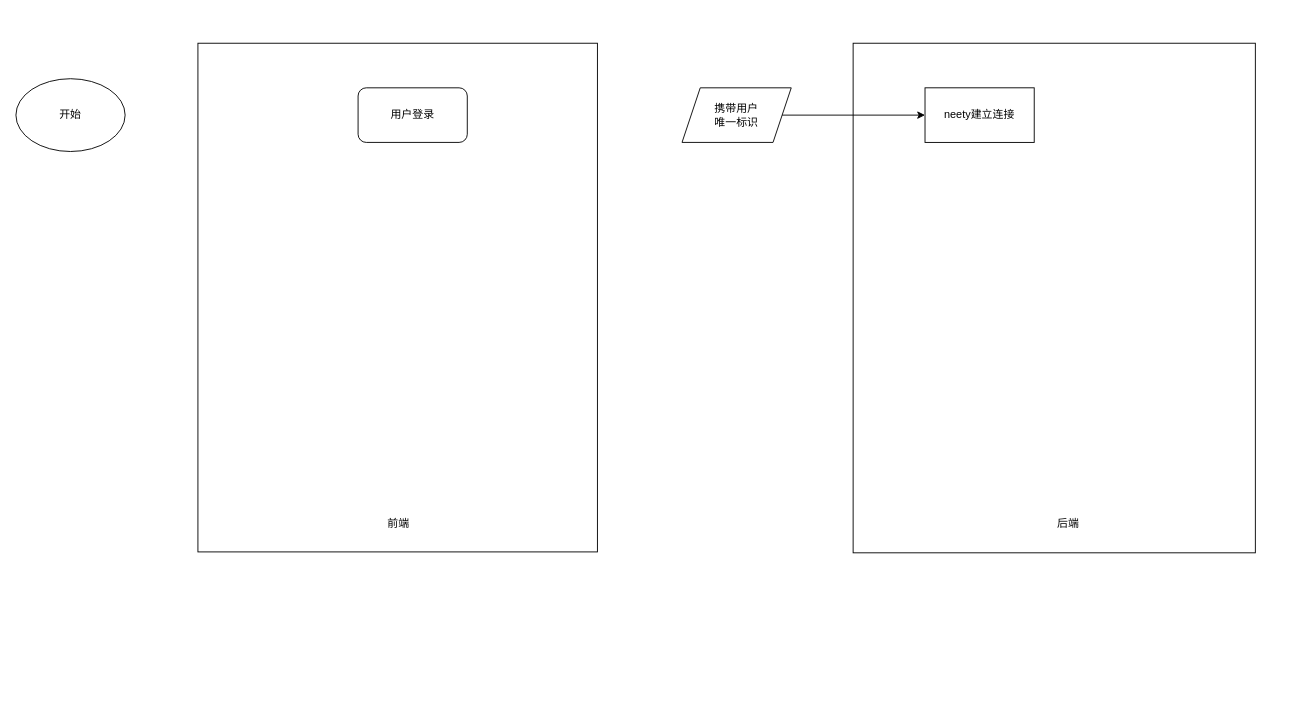
Earlier version of the draw.io diagram page "第 1 页" (1 of 2) of 设备监控流程.drawio (KNAI-I/test). Source tidied: cells renumbered, new cells numbered last; positions are measured from the earlier drawing's top-left corner, leaving out a move shared by most shapes. Both pictures are drawn from the tidied source at 91%, with x=0, y=0 at pixel (15, 43).
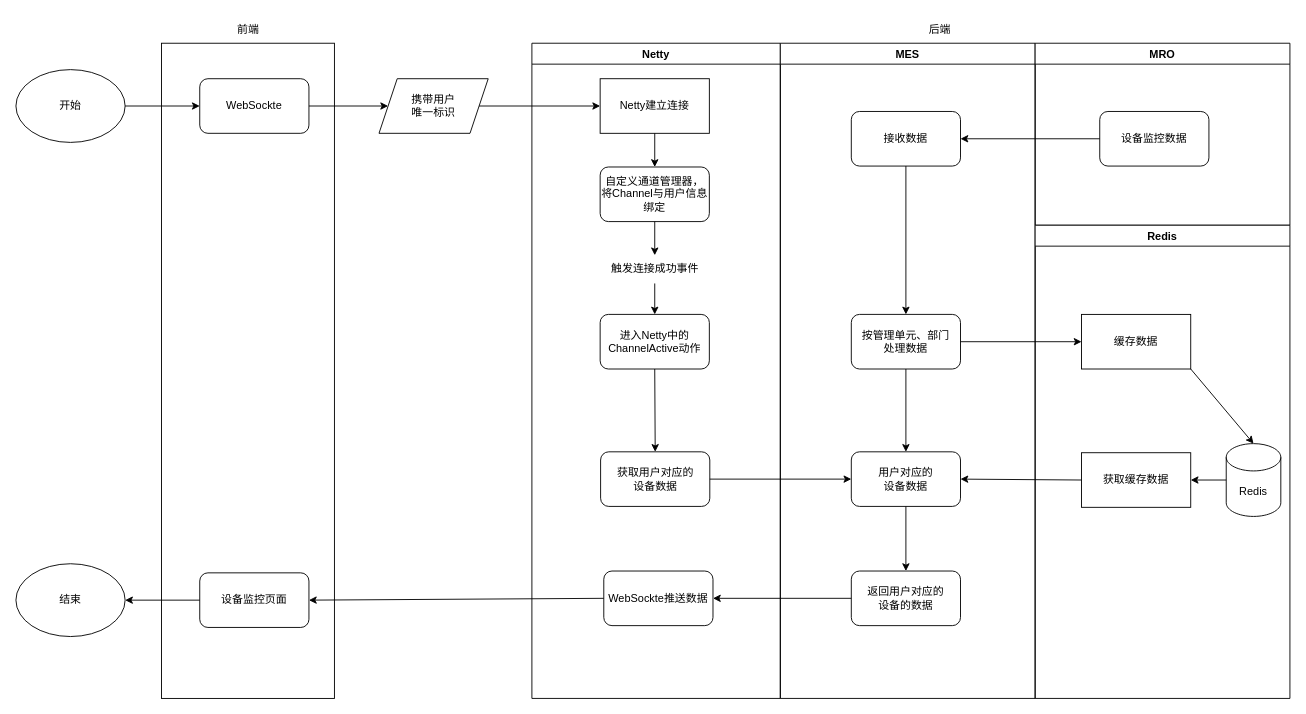
The same diagram, later.

Commit message:
更新设备监控流程.drawio

Change to the diagram source:
```diff
@@
     <mxCell id="2" style="rounded=0;whiteSpace=wrap;html=1;" parent="1" vertex="1">
-      <mxGeometry x="200" width="439" height="559" as="geometry" />
+      <mxGeometry x="160" width="190" height="720" as="geometry" />
     </mxCell>
-    <mxCell id="3" style="rounded=0;whiteSpace=wrap;html=1;" parent="1" vertex="1">
-      <mxGeometry x="920" width="442" height="560" as="geometry" />
-    </mxCell>
     <mxCell id="4" value="前端" style="text;html=1;align=center;verticalAlign=middle;strokeColor=none;fillColor=none;" parent="1" vertex="1">
-      <mxGeometry x="394.5" y="513" width="50" height="30" as="geometry" />
+      <mxGeometry x="230" y="-30" width="50" height="30" as="geometry" />
     </mxCell>
     <mxCell id="5" value="后端" style="text;html=1;align=center;verticalAlign=middle;strokeColor=none;fillColor=none;" parent="1" vertex="1">
-      <mxGeometry x="1131" y="513" width="50" height="30" as="geometry" />
+      <mxGeometry x="990" y="-30" width="50" height="30" as="geometry" />
     </mxCell>
     <mxCell id="6" value="开始" style="ellipse;whiteSpace=wrap;html=1;" parent="1" vertex="1">
-      <mxGeometry y="39" width="120" height="80" as="geometry" />
+      <mxGeometry y="29" width="120" height="80" as="geometry" />
     </mxCell>
     <mxCell id="7" value="携带用户&lt;br&gt;唯一标识" style="shape=parallelogram;perimeter=parallelogramPerimeter;whiteSpace=wrap;html=1;fixedSize=1;" parent="1" vertex="1">
-      <mxGeometry x="732" y="49" width="120" height="60" as="geometry" />
+      <mxGeometry x="399" y="39" width="120" height="60" as="geometry" />
     </mxCell>
-    <mxCell id="8" value="用户登录" style="rounded=1;whiteSpace=wrap;html=1;" parent="1" vertex="1">
-      <mxGeometry x="376" y="49" width="120" height="60" as="geometry" />
+    <mxCell id="8" value="WebSockte" style="rounded=1;whiteSpace=wrap;html=1;" parent="1" vertex="1">
+      <mxGeometry x="202" y="39" width="120" height="60" as="geometry" />
     </mxCell>
-    <mxCell id="9" value="neety建立连接" style="rounded=0;whiteSpace=wrap;html=1;" parent="1" vertex="1">
-      <mxGeometry x="999" y="49" width="120" height="60" as="geometry" />
+    <mxCell id="9" value="Netty建立连接" style="rounded=0;whiteSpace=wrap;html=1;" parent="1" vertex="1">
+      <mxGeometry x="642" y="39" width="120" height="60" as="geometry" />
     </mxCell>
+    <mxCell id="11" style="endArrow=classic;html=1;rounded=0;exitX=1;exitY=0.5;exitDx=0;exitDy=0;entryX=0;entryY=0.5;entryDx=0;entryDy=0;" parent="1" edge="1" source="8" target="7">
+      <mxGeometry relative="1" as="geometry" />
+    </mxCell>
-    <mxCell id="10" style="endArrow=classic;html=1;rounded=0;exitX=1;exitY=0.5;exitDx=0;exitDy=0;entryX=0;entryY=0.5;entryDx=0;entryDy=0;" parent="1" edge="1" source="7" target="9">
+    <mxCell id="10" style="endArrow=classic;html=1;rounded=0;exitX=1;exitY=0.5;exitDx=0;exitDy=0;" parent="1" edge="1" source="7" target="9">
       <mxGeometry relative="1" as="geometry" />
     </mxCell>
+    <mxCell id="12" style="endArrow=classic;html=1;rounded=0;exitX=0.5;exitY=1;exitDx=0;exitDy=0;" parent="1" edge="1" source="9" target="16">
+      <mxGeometry relative="1" as="geometry" />
+    </mxCell>
+    <mxCell id="13" value="触发连接成功事件" style="text;html=1;align=center;verticalAlign=middle;points=[];strokeColor=none;fillColor=none;" parent="1" vertex="1">
+      <mxGeometry x="642" y="233" width="120" height="30" as="geometry" />
+    </mxCell>
+    <mxCell id="14" style="endArrow=classic;html=1;rounded=0;exitX=0.5;exitY=1;exitDx=0;exitDy=0;" parent="1" edge="1" target="13">
+      <mxGeometry relative="1" as="geometry">
+        <mxPoint x="702" y="190" as="sourcePoint" />
+      </mxGeometry>
+    </mxCell>
+    <mxCell id="15" style="endArrow=classic;html=1;rounded=0;exitX=0.5;exitY=1.033;exitDx=0;exitDy=0;exitPerimeter=0;entryX=0.5;entryY=0;entryDx=0;entryDy=0;" parent="1" edge="1" source="13" target="22">
+      <mxGeometry relative="1" as="geometry" />
+    </mxCell>
+    <mxCell id="16" value="自定义通道管理器，将Channel与用户信息绑定" style="rounded=1;whiteSpace=wrap;html=1;" parent="1" vertex="1">
+      <mxGeometry x="642" y="136" width="120" height="60" as="geometry" />
+    </mxCell>
+    <mxCell id="17" value="设备监控页面" style="rounded=1;whiteSpace=wrap;html=1;" parent="1" vertex="1">
+      <mxGeometry x="202" y="582" width="120" height="60" as="geometry" />
+    </mxCell>
+    <mxCell id="18" style="endArrow=classic;html=1;rounded=0;exitX=1;exitY=0.5;exitDx=0;exitDy=0;entryX=0;entryY=0.5;entryDx=0;entryDy=0;" parent="1" edge="1" source="6" target="8">
+      <mxGeometry relative="1" as="geometry" />
+    </mxCell>
+    <mxCell id="19" value="WebSockte推送数据" style="rounded=1;whiteSpace=wrap;html=1;" parent="1" vertex="1">
+      <mxGeometry x="646" y="580" width="120" height="60" as="geometry" />
+    </mxCell>
+    <mxCell id="20" style="endArrow=classic;html=1;rounded=0;exitX=0;exitY=0.5;exitDx=0;exitDy=0;entryX=1;entryY=0.5;entryDx=0;entryDy=0;" parent="1" edge="1" source="19" target="17">
+      <mxGeometry relative="1" as="geometry" />
+    </mxCell>
+    <mxCell id="21" value="Netty" style="swimlane;" parent="1" vertex="1">
+      <mxGeometry x="567" width="273" height="720" as="geometry" />
+    </mxCell>
+    <mxCell id="22" value="进入Netty中的&lt;br&gt;ChannelActive动作" style="rounded=1;whiteSpace=wrap;html=1;" parent="21" vertex="1">
+      <mxGeometry x="75" y="298" width="120" height="60" as="geometry" />
+    </mxCell>
+    <mxCell id="23" value="获取用户对应的&lt;br&gt;设备数据" style="rounded=1;whiteSpace=wrap;html=1;" parent="21" vertex="1">
+      <mxGeometry x="75.5" y="449" width="120" height="60" as="geometry" />
+    </mxCell>
+    <mxCell id="24" style="endArrow=classic;html=1;rounded=0;exitX=0.5;exitY=1;exitDx=0;exitDy=0;entryX=0.5;entryY=0;entryDx=0;entryDy=0;" parent="21" edge="1" source="22" target="23">
+      <mxGeometry relative="1" as="geometry" />
+    </mxCell>
+    <mxCell id="25" value="MES" style="swimlane;" parent="1" vertex="1">
+      <mxGeometry x="840" width="280" height="720" as="geometry" />
+    </mxCell>
+    <mxCell id="26" value="接收数据" style="rounded=1;whiteSpace=wrap;html=1;" parent="25" vertex="1">
+      <mxGeometry x="78" y="75" width="120" height="60" as="geometry" />
+    </mxCell>
+    <mxCell id="27" value="按管理单元、部门&lt;br&gt;处理数据" style="rounded=1;whiteSpace=wrap;html=1;" parent="25" vertex="1">
+      <mxGeometry x="78" y="298" width="120" height="60" as="geometry" />
+    </mxCell>
+    <mxCell id="28" style="endArrow=classic;html=1;rounded=0;exitX=0.5;exitY=1;exitDx=0;exitDy=0;entryX=0.5;entryY=0;entryDx=0;entryDy=0;" parent="25" edge="1" source="26" target="27">
+      <mxGeometry relative="1" as="geometry" />
+    </mxCell>
+    <mxCell id="29" value="用户对应的&lt;br&gt;设备数据" style="rounded=1;whiteSpace=wrap;html=1;" parent="25" vertex="1">
+      <mxGeometry x="78" y="449" width="120" height="60" as="geometry" />
+    </mxCell>
+    <mxCell id="30" style="endArrow=classic;html=1;rounded=0;entryX=0.5;entryY=0;entryDx=0;entryDy=0;exitX=0.5;exitY=1;exitDx=0;exitDy=0;" parent="25" edge="1" source="27" target="29">
+      <mxGeometry relative="1" as="geometry" />
+    </mxCell>
+    <mxCell id="31" value="返回用户对应的&lt;br&gt;设备的数据" style="rounded=1;whiteSpace=wrap;html=1;" parent="25" vertex="1">
+      <mxGeometry x="78" y="580" width="120" height="60" as="geometry" />
+    </mxCell>
+    <mxCell id="32" style="endArrow=classic;html=1;rounded=0;exitX=0.5;exitY=1;exitDx=0;exitDy=0;entryX=0.5;entryY=0;entryDx=0;entryDy=0;" parent="25" edge="1" source="29" target="31">
+      <mxGeometry relative="1" as="geometry" />
+    </mxCell>
+    <mxCell id="33" value="MRO" style="swimlane;" parent="1" vertex="1">
+      <mxGeometry x="1120" width="280" height="200" as="geometry" />
+    </mxCell>
+    <mxCell id="34" value="设备监控数据" style="rounded=1;whiteSpace=wrap;html=1;" parent="33" vertex="1">
+      <mxGeometry x="71" y="75" width="120" height="60" as="geometry" />
+    </mxCell>
+    <mxCell id="35" value="Redis" style="swimlane;" parent="1" vertex="1">
+      <mxGeometry x="1120" y="200" width="280" height="520" as="geometry" />
+    </mxCell>
+    <mxCell id="36" value="Redis" style="shape=cylinder3;whiteSpace=wrap;html=1;boundedLbl=1;backgroundOutline=1;size=15;" parent="35" vertex="1">
+      <mxGeometry x="210" y="240" width="60" height="80" as="geometry" />
+    </mxCell>
+    <mxCell id="37" value="缓存数据" style="rounded=0;whiteSpace=wrap;html=1;" parent="35" vertex="1">
+      <mxGeometry x="51" y="98" width="120" height="60" as="geometry" />
+    </mxCell>
+    <mxCell id="38" style="endArrow=classic;html=1;rounded=0;exitX=1;exitY=1;exitDx=0;exitDy=0;entryX=0.5;entryY=0;entryDx=0;entryDy=0;entryPerimeter=0;" parent="35" edge="1" source="37" target="36">
+      <mxGeometry relative="1" as="geometry" />
+    </mxCell>
+    <mxCell id="39" value="获取缓存数据" style="rounded=0;whiteSpace=wrap;html=1;" parent="35" vertex="1">
+      <mxGeometry x="51" y="250" width="120" height="60" as="geometry" />
+    </mxCell>
+    <mxCell id="40" style="endArrow=classic;html=1;rounded=0;exitX=0;exitY=0.5;exitDx=0;exitDy=0;exitPerimeter=0;entryX=1;entryY=0.5;entryDx=0;entryDy=0;" parent="35" edge="1" source="36" target="39">
+      <mxGeometry relative="1" as="geometry" />
+    </mxCell>
+    <mxCell id="41" style="endArrow=classic;html=1;rounded=0;exitX=0;exitY=0.5;exitDx=0;exitDy=0;" parent="1" edge="1" source="34" target="26">
+      <mxGeometry relative="1" as="geometry" />
+    </mxCell>
+    <mxCell id="42" style="endArrow=classic;html=1;rounded=0;entryX=0;entryY=0.5;entryDx=0;entryDy=0;exitX=1;exitY=0.5;exitDx=0;exitDy=0;" parent="1" edge="1" source="27" target="37">
+      <mxGeometry relative="1" as="geometry" />
+    </mxCell>
+    <mxCell id="43" style="endArrow=classic;html=1;rounded=0;exitX=1;exitY=0.5;exitDx=0;exitDy=0;entryX=0;entryY=0.5;entryDx=0;entryDy=0;" parent="1" edge="1" source="23" target="29">
+      <mxGeometry relative="1" as="geometry" />
+    </mxCell>
+    <mxCell id="44" style="endArrow=classic;html=1;rounded=0;exitX=0;exitY=0.5;exitDx=0;exitDy=0;entryX=1;entryY=0.5;entryDx=0;entryDy=0;" parent="1" edge="1" source="39" target="29">
+      <mxGeometry relative="1" as="geometry" />
+    </mxCell>
+    <mxCell id="45" style="endArrow=classic;html=1;rounded=0;exitX=0;exitY=0.5;exitDx=0;exitDy=0;entryX=1;entryY=0.5;entryDx=0;entryDy=0;" parent="1" edge="1" source="31" target="19">
+      <mxGeometry relative="1" as="geometry" />
+    </mxCell>
+    <mxCell id="46" value="结束" style="ellipse;whiteSpace=wrap;html=1;" parent="1" vertex="1">
+      <mxGeometry y="572" width="120" height="80" as="geometry" />
+    </mxCell>
+    <mxCell id="47" style="endArrow=classic;html=1;rounded=0;entryX=1;entryY=0.5;entryDx=0;entryDy=0;exitX=0;exitY=0.5;exitDx=0;exitDy=0;" parent="1" edge="1" source="17" target="46">
+      <mxGeometry relative="1" as="geometry" />
+    </mxCell>
```
